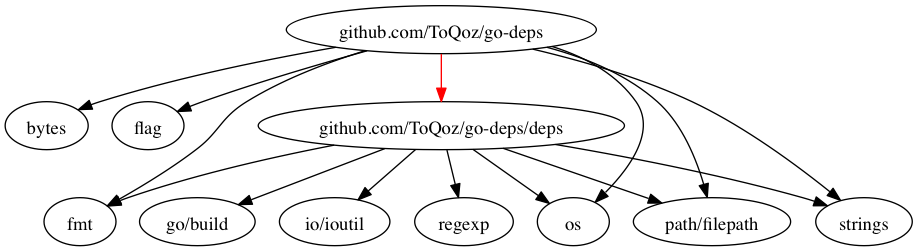
This is godeps.png from ToQoz/godeps, a Graphviz export, as it was before one commit. Its source is kept beside it as godeps.dot.
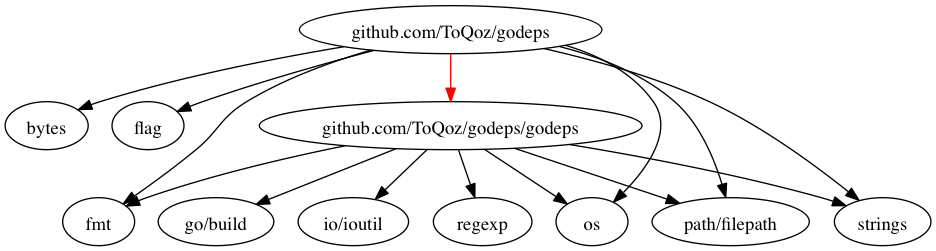
Above is the later version.

Diff of the diagram source:
```diff
@@ -3,14 +3,14 @@
     "github.com/ToQoz/godeps" -> "bytes";
     "github.com/ToQoz/godeps" -> "flag";
     "github.com/ToQoz/godeps" -> "fmt";
-    "github.com/ToQoz/godeps" -> "github.com/ToQoz/godeps/deps"[color=red];
-    "github.com/ToQoz/godeps/deps" -> "fmt";
-    "github.com/ToQoz/godeps/deps" -> "go/build";
-    "github.com/ToQoz/godeps/deps" -> "io/ioutil";
-    "github.com/ToQoz/godeps/deps" -> "os";
-    "github.com/ToQoz/godeps/deps" -> "path/filepath";
-    "github.com/ToQoz/godeps/deps" -> "regexp";
-    "github.com/ToQoz/godeps/deps" -> "strings";
+    "github.com/ToQoz/godeps" -> "github.com/ToQoz/godeps/godeps"[color=red];
+    "github.com/ToQoz/godeps/godeps" -> "fmt";
+    "github.com/ToQoz/godeps/godeps" -> "go/build";
+    "github.com/ToQoz/godeps/godeps" -> "io/ioutil";
+    "github.com/ToQoz/godeps/godeps" -> "os";
+    "github.com/ToQoz/godeps/godeps" -> "path/filepath";
+    "github.com/ToQoz/godeps/godeps" -> "regexp";
+    "github.com/ToQoz/godeps/godeps" -> "strings";
     "github.com/ToQoz/godeps" -> "os";
     "github.com/ToQoz/godeps" -> "path/filepath";
     "github.com/ToQoz/godeps" -> "strings";
```
